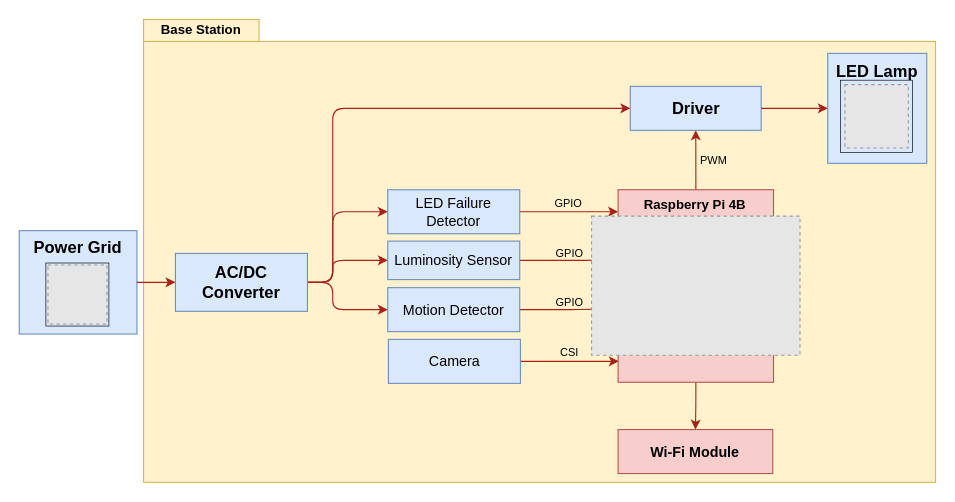
This is page "hw_arch" (4 of 6) of project/report/flowcharts/system_overview.drawio from ESRGgroup9/slipad, a draw.io file, before an edit. Source tidied: cells renumbered, new cells numbered last; positions are measured from the earlier drawing's top-left corner, leaving out a move shared by most shapes. Both pictures are drawn from the tidied source at 110%, with x=0, y=0 at pixel (19, 19). Pictures stored in the file or linked from it are replaced by grey dashed boxes.
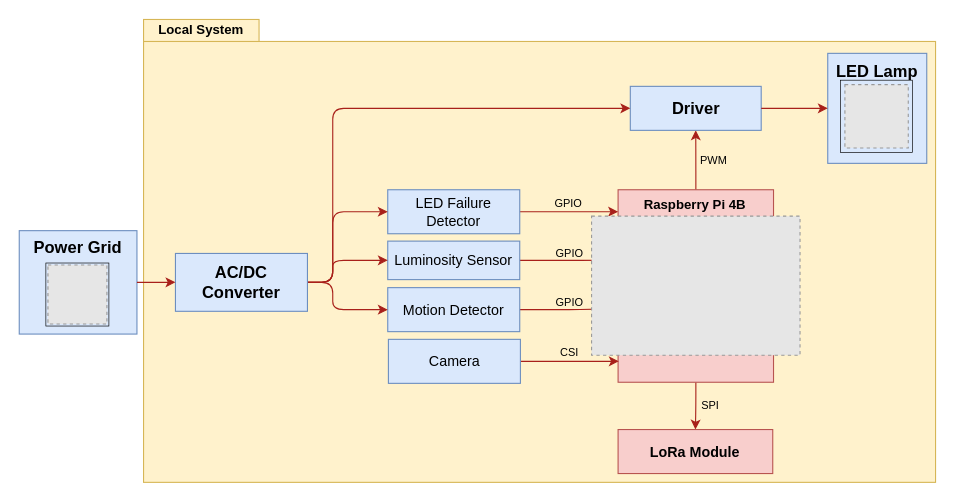
The same diagram, later.

The change refers to these unchanged cells:
```xml
<mxCell id="6" value="Raspberry Pi 4B" style="rounded=0;whiteSpace=wrap;html=1;fillColor=#f8cecc;strokeColor=#b85450;fontColor=default;verticalAlign=top;fontStyle=1;" parent="1" vertex="1">
  <mxGeometry x="544.4" y="155" width="141.3" height="175" as="geometry" />
</mxCell>
```

Change to the diagram source:
```diff
@@
-    <mxCell id="3" value="Base Station" style="text;html=1;strokeColor=#d6b656;fillColor=#fff2cc;align=center;verticalAlign=middle;whiteSpace=wrap;rounded=0;sketch=0;fontStyle=1;fontColor=default;" parent="1" vertex="1">
+    <mxCell id="3" value="Local System" style="text;html=1;strokeColor=#d6b656;fillColor=#fff2cc;align=center;verticalAlign=middle;whiteSpace=wrap;rounded=0;sketch=0;fontStyle=1;fontColor=default;" parent="1" vertex="1">
       <mxGeometry x="113" y="0.2" width="105" height="20" as="geometry" />
     </mxCell>
@@
-    <mxCell id="5" style="edgeStyle=orthogonalEdgeStyle;rounded=1;jettySize=auto;html=1;entryX=0.5;entryY=0;entryDx=0;entryDy=0;labelBackgroundColor=none;fontSize=10;strokeColor=#A8201A;verticalAlign=middle;" parent="1" edge="1" source="6" target="33">
-      <mxGeometry relative="1" as="geometry" />
+    <mxCell id="5" value="SPI" style="edgeStyle=orthogonalEdgeStyle;rounded=1;jettySize=auto;html=1;entryX=0.5;entryY=0;entryDx=0;entryDy=0;labelBackgroundColor=none;fontSize=10;strokeColor=#A8201A;verticalAlign=middle;" parent="1" edge="1" source="6" target="33">
+      <mxGeometry x="-0.01" y="-13" relative="1" as="geometry">
+        <mxPoint x="26" as="offset" />
+      </mxGeometry>
     </mxCell>
@@
-    <mxCell id="33" value="Wi-Fi Module" style="text;html=1;strokeColor=#b85450;fillColor=#f8cecc;align=center;verticalAlign=middle;whiteSpace=wrap;rounded=0;sketch=0;fontSize=13;strokeWidth=1;fontStyle=1;" parent="1" vertex="1">
+    <mxCell id="33" value="LoRa Module" style="text;html=1;strokeColor=#b85450;fillColor=#f8cecc;align=center;verticalAlign=middle;whiteSpace=wrap;rounded=0;sketch=0;fontSize=13;strokeWidth=1;fontStyle=1;" parent="1" vertex="1">
       <mxGeometry x="544.4" y="373" width="140.6" height="40" as="geometry" />
     </mxCell>
```
